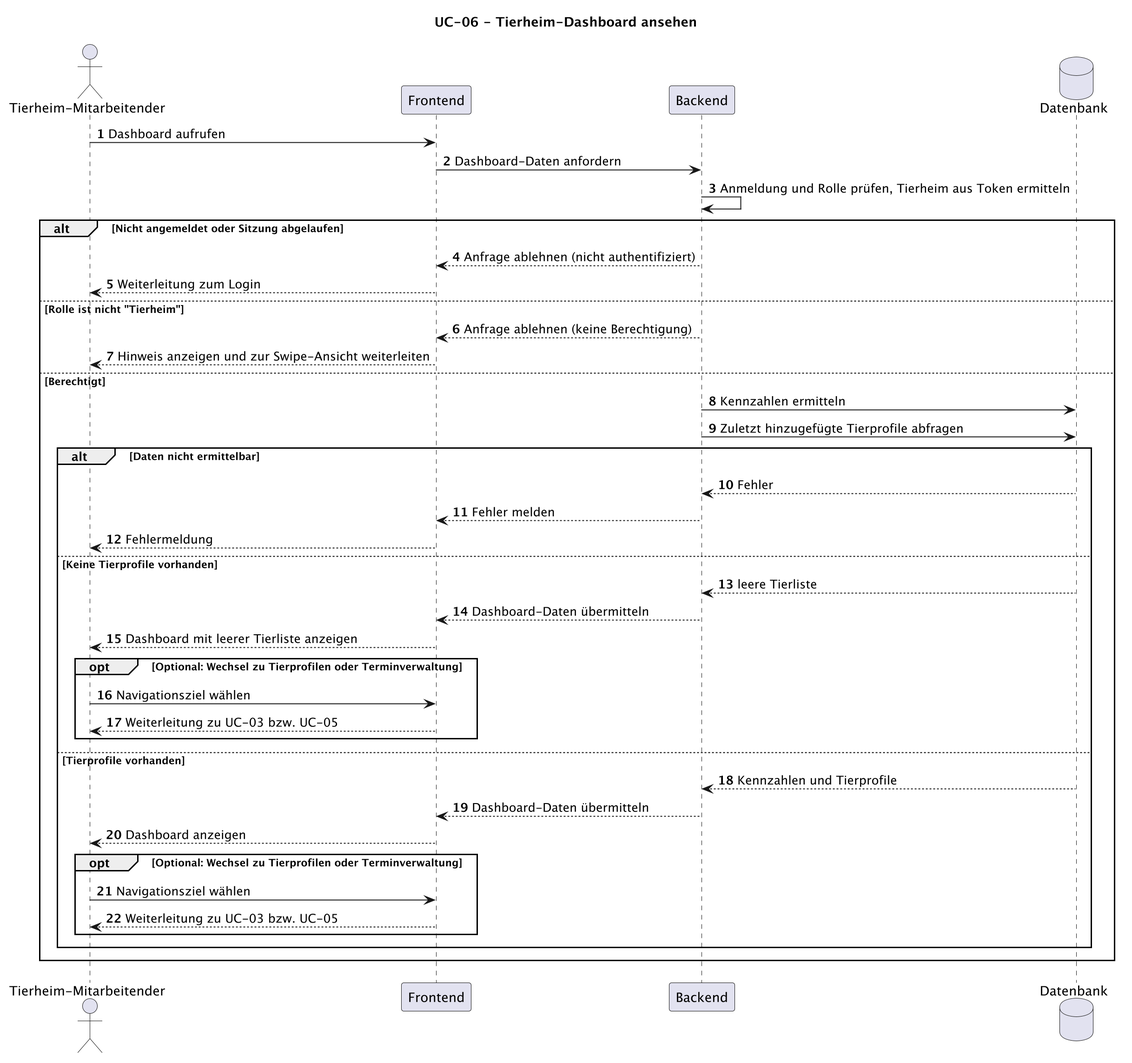
This is docs/diagrams/UC-06_sequence.png from ImConsti/CoupleGOATS, a PlantUML export, as it was before one commit. Its source is kept beside it as docs/diagrams/UC-06_sequence.puml.
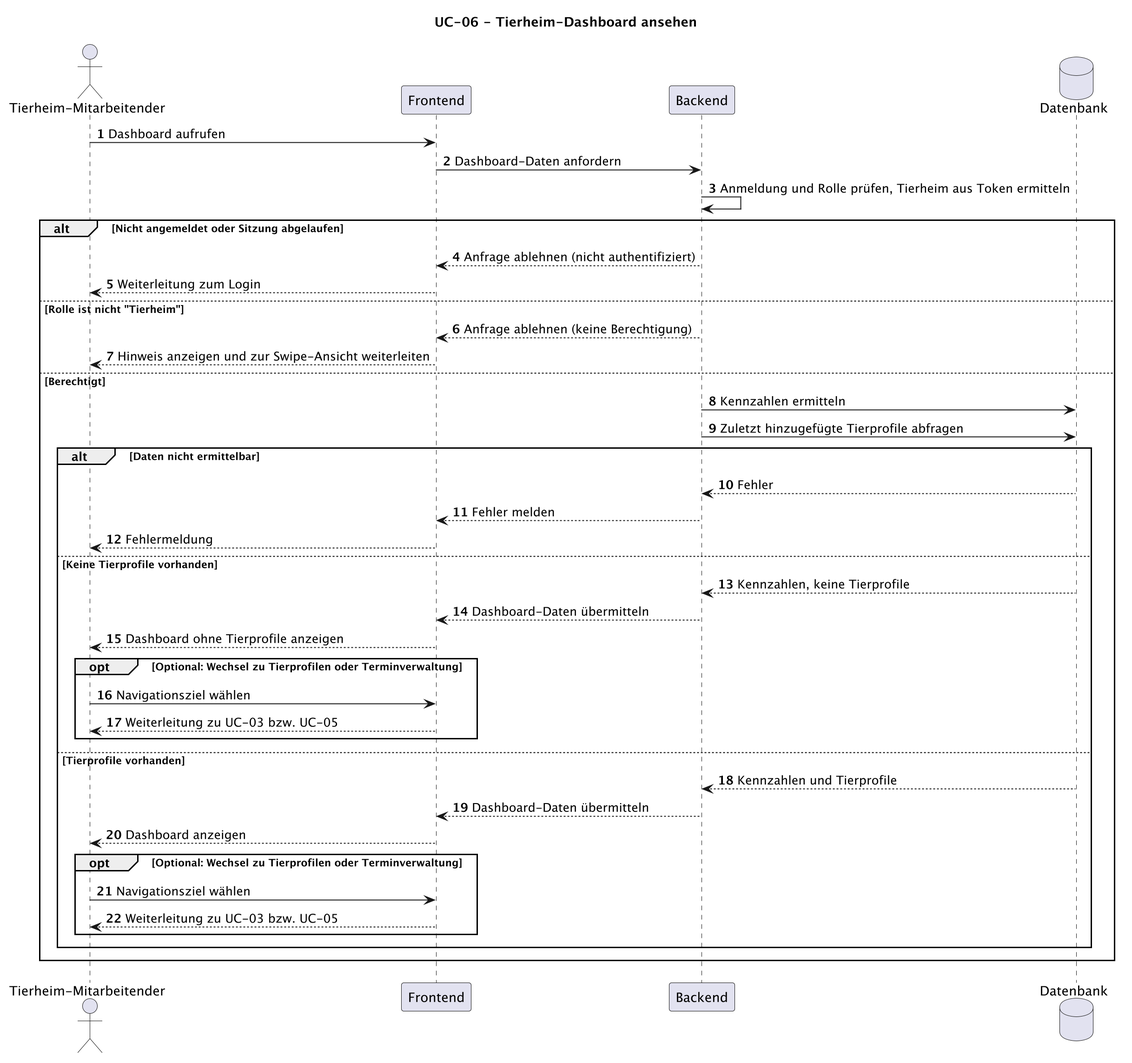
Above is the later version.

Change to the diagram source:
```diff
@@ -30,9 +30,9 @@
             FE --> User: Fehlermeldung
 
     else Keine Tierprofile vorhanden
-        DB --> BE: leere Tierliste
+        DB --> BE: Kennzahlen, keine Tierprofile
         BE --> FE: Dashboard-Daten übermitteln
-        FE --> User: Dashboard mit leerer Tierliste anzeigen
+        FE --> User: Dashboard ohne Tierprofile anzeigen
         opt Optional: Wechsel zu Tierprofilen oder Terminverwaltung
                     User -> FE: Navigationsziel wählen
                     FE --> User: Weiterleitung zu UC-03 bzw. UC-05
```
